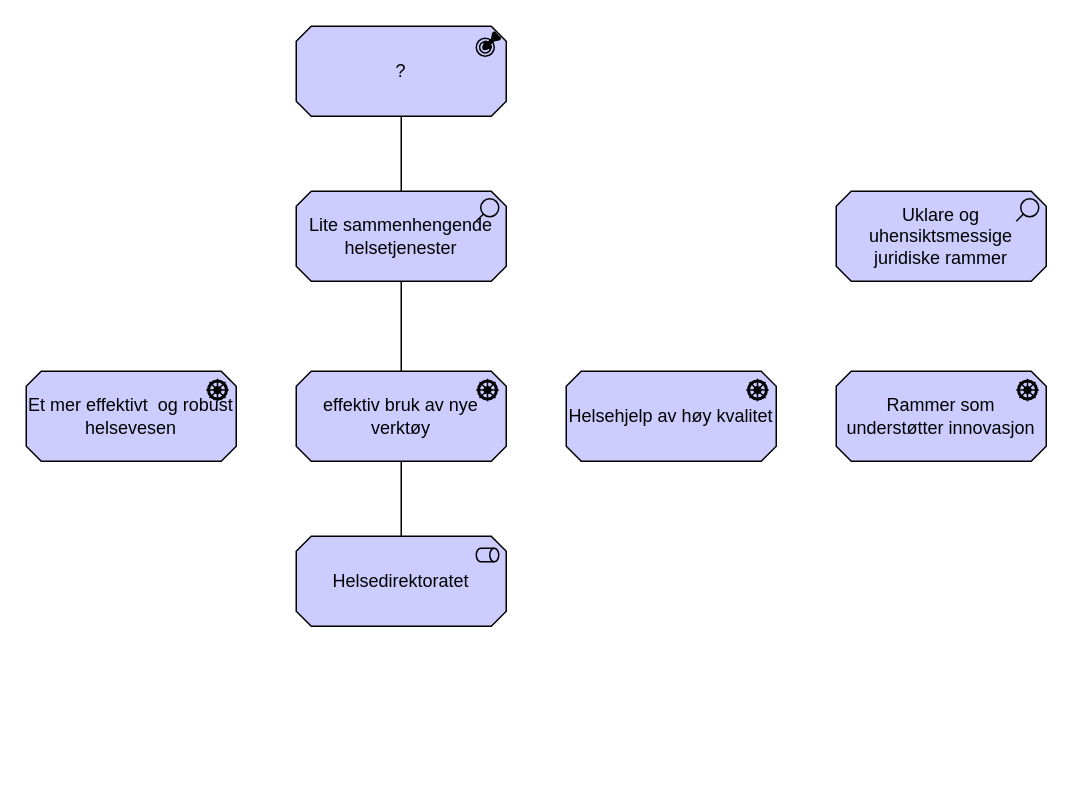
hdir/Digital-Forstelinje keeps this draw.io diagram as page "helsedirektoratet-concern" (5 of 6) of docs/interessent/motivasjon-interessent.drawio. Above is the earlier version. Source tidied: cells renumbered, new cells numbered last; positions are measured from the earlier drawing's top-left corner, leaving out a move shared by most shapes. Both pictures are drawn from the tidied source at 150%, with x=0, y=0 at pixel (26, 26).
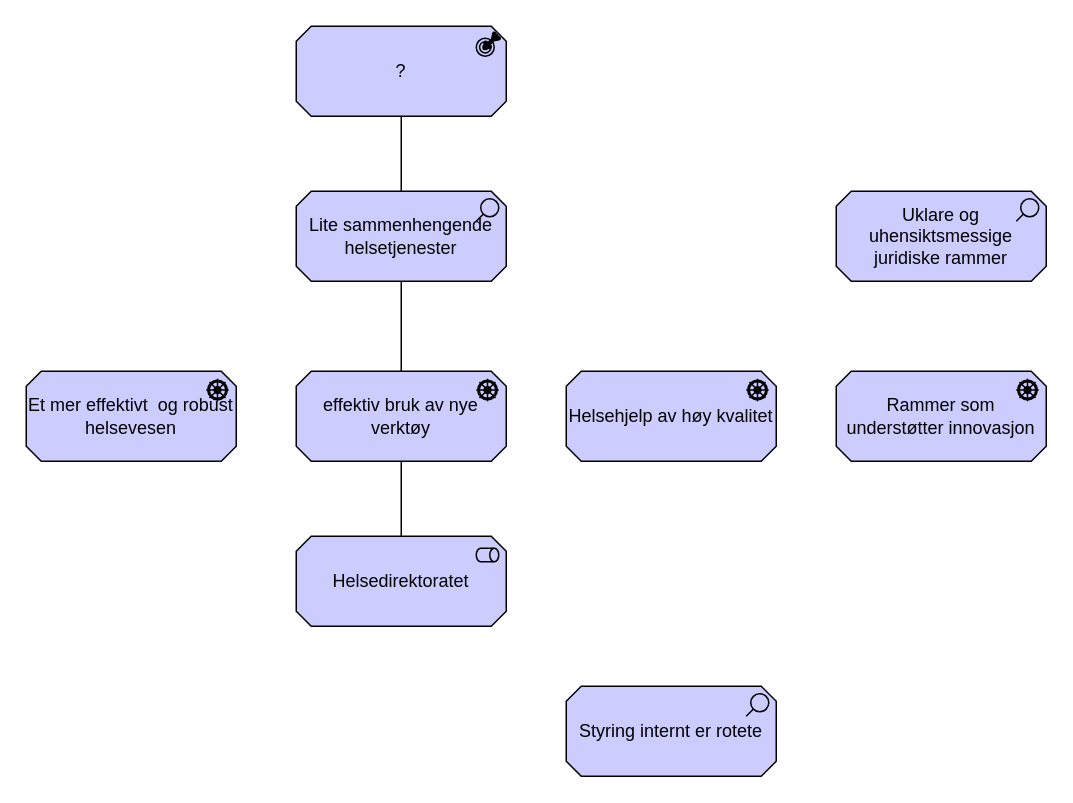
After the change.

The edit, as a diff of the source:
```diff
@@
 <mxGraphModel>
   <root>
     <mxCell id="0" />
     <mxCell id="1" parent="0" />
     <mxCell id="2" value="Helsedirektoratet" style="html=1;outlineConnect=0;whiteSpace=wrap;fillColor=#CCCCFF;shape=mxgraph.archimate3.application;appType=role;archiType=oct;" parent="1" vertex="1">
       <mxGeometry x="180" y="340" width="140" height="60" as="geometry" />
     </mxCell>
     <mxCell id="3" value="Lite sammenhengende helsetjenester" style="html=1;outlineConnect=0;whiteSpace=wrap;fillColor=#CCCCFF;shape=mxgraph.archimate3.application;appType=assess;archiType=oct;" parent="1" vertex="1">
       <mxGeometry x="180" y="110" width="140" height="60" as="geometry" />
     </mxCell>
     <mxCell id="4" value="?" style="html=1;outlineConnect=0;whiteSpace=wrap;fillColor=#CCCCFF;shape=mxgraph.archimate3.application;appType=outcome;archiType=oct;" parent="1" vertex="1">
       <mxGeometry x="180" width="140" height="60" as="geometry" />
     </mxCell>
     <mxCell id="5" style="edgeStyle=elbowEdgeStyle;html=1;endArrow=none;elbow=vertical;exitX=0.5;exitY=1;exitDx=0;exitDy=0;exitPerimeter=0;entryX=0.5;entryY=0;entryDx=0;entryDy=0;entryPerimeter=0;" parent="1" edge="1" target="2">
       <mxGeometry relative="1" as="geometry">
         <mxPoint x="250" y="280" as="sourcePoint" />
       </mxGeometry>
     </mxCell>
     <mxCell id="6" style="edgeStyle=elbowEdgeStyle;html=1;endArrow=none;elbow=vertical;entryX=0.5;entryY=0;entryDx=0;entryDy=0;entryPerimeter=0;exitX=0.5;exitY=1;exitDx=0;exitDy=0;exitPerimeter=0;" parent="1" edge="1" source="4" target="3">
       <mxGeometry relative="1" as="geometry" />
     </mxCell>
     <mxCell id="7" style="edgeStyle=elbowEdgeStyle;html=1;endArrow=none;elbow=vertical;exitX=0.5;exitY=1;exitDx=0;exitDy=0;exitPerimeter=0;entryX=0.5;entryY=0;entryDx=0;entryDy=0;entryPerimeter=0;" parent="1" edge="1" source="3" target="10">
       <mxGeometry relative="1" as="geometry" />
     </mxCell>
     <mxCell id="8" value="Helsehjelp av høy kvalitet" style="html=1;whiteSpace=wrap;fillColor=#CCCCFF;shape=mxgraph.archimate3.application;appType=driver;archiType=oct;" parent="1" vertex="1">
       <mxGeometry x="360" y="230" width="140" height="60" as="geometry" />
     </mxCell>
     <mxCell id="9" value="Et mer effektivt&amp;nbsp; og robust helsevesen" style="html=1;whiteSpace=wrap;fillColor=#CCCCFF;shape=mxgraph.archimate3.application;appType=driver;archiType=oct;" parent="1" vertex="1">
       <mxGeometry y="230" width="140" height="60" as="geometry" />
     </mxCell>
     <mxCell id="10" value="effektiv bruk av nye verktøy" style="html=1;outlineConnect=0;whiteSpace=wrap;fillColor=#CCCCFF;shape=mxgraph.archimate3.application;appType=driver;archiType=oct;" parent="1" vertex="1">
       <mxGeometry x="180" y="230" width="140" height="60" as="geometry" />
     </mxCell>
     <mxCell id="11" value="Rammer som understøtter innovasjon" style="html=1;whiteSpace=wrap;fillColor=#CCCCFF;shape=mxgraph.archimate3.application;appType=driver;archiType=oct;" parent="1" vertex="1">
       <mxGeometry x="540" y="230" width="140" height="60" as="geometry" />
     </mxCell>
     <mxCell id="12" value="Uklare og uhensiktsmessige juridiske rammer" style="html=1;whiteSpace=wrap;fillColor=#CCCCFF;shape=mxgraph.archimate3.application;appType=assess;archiType=oct;" parent="1" vertex="1">
       <mxGeometry x="540" y="110" width="140" height="60" as="geometry" />
     </mxCell>
+    <mxCell id="13" value="Styring internt er rotete" style="html=1;whiteSpace=wrap;fillColor=#CCCCFF;shape=mxgraph.archimate3.application;appType=assess;archiType=oct;" parent="1" vertex="1">
+      <mxGeometry x="360" y="440" width="140" height="60" as="geometry" />
+    </mxCell>
   </root>
 </mxGraphModel>
```
